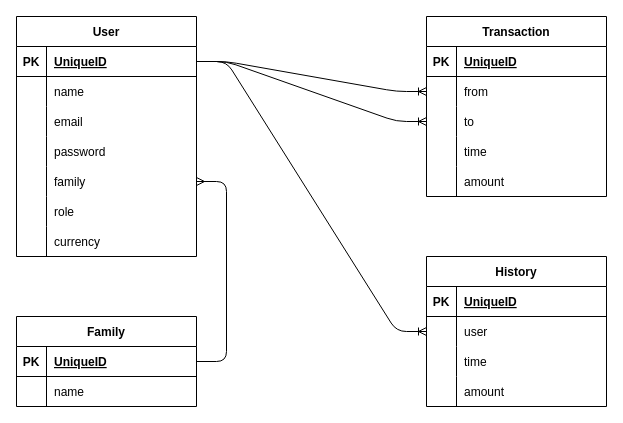
The draw.io diagram ER_diagram.dio in kin-downey/MoneyCraft, before the edit. Source tidied: cells renumbered, new cells numbered last; positions are measured from the earlier drawing's top-left corner, leaving out a move shared by most shapes. Both pictures are drawn from the tidied source at 100%, with x=0, y=0 at pixel (16, 16).
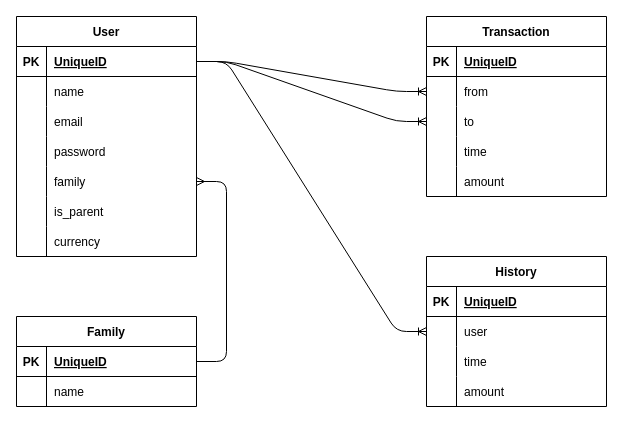
Above is the later version.

Commit message (it also covers changes not shown here):
[update] ユーザーテーブルを変更

- 必要なカラムを追加

Unchanged cells that the change refers to:
```xml
<mxCell id="18" style="shape=tableRow;horizontal=0;startSize=0;swimlaneHead=0;swimlaneBody=0;fillColor=none;top=0;left=0;right=0;bottom=0;" parent="2" vertex="1">
  <mxGeometry y="180" width="180" height="30" as="geometry" />
</mxCell>
```

Change to the diagram source:
```diff
@@
-    <mxCell id="20" value="role" style="shape=partialRectangle;fillColor=none;top=0;left=0;bottom=0;right=0;align=left;spacingLeft=6;overflow=hidden;" parent="18" vertex="1">
+    <mxCell id="20" value="is_parent" style="shape=partialRectangle;fillColor=none;top=0;left=0;bottom=0;right=0;align=left;spacingLeft=6;overflow=hidden;" parent="18" vertex="1">
       <mxGeometry x="30" width="150" height="30" as="geometry" />
     </mxCell>
```
